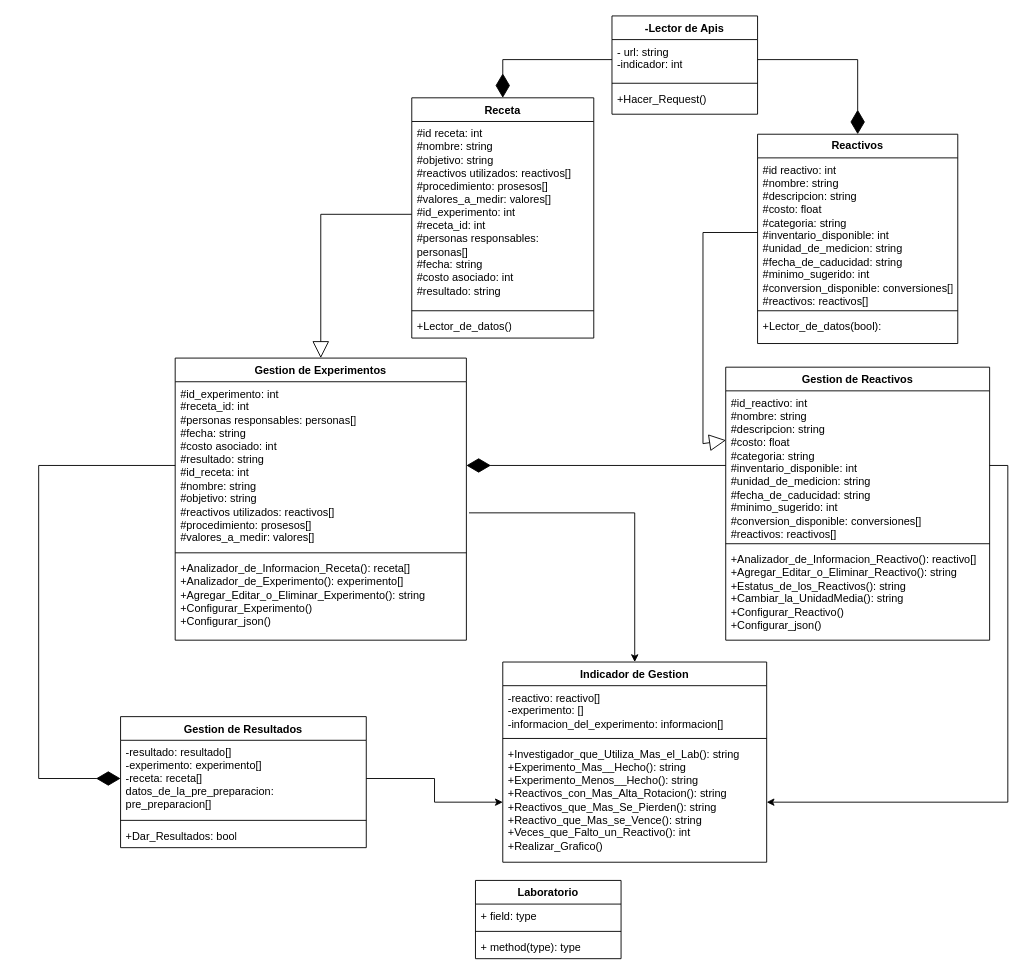
The draw.io diagram Diagrama_proyecto.drawio in Diegoafkx/Proyecto, before the edit. Source tidied: cells renumbered, new cells numbered last; positions are measured from the earlier drawing's top-left corner, leaving out a move shared by most shapes. Both pictures are drawn from the tidied source at 91%, with x=0, y=0 at pixel (38, 15).
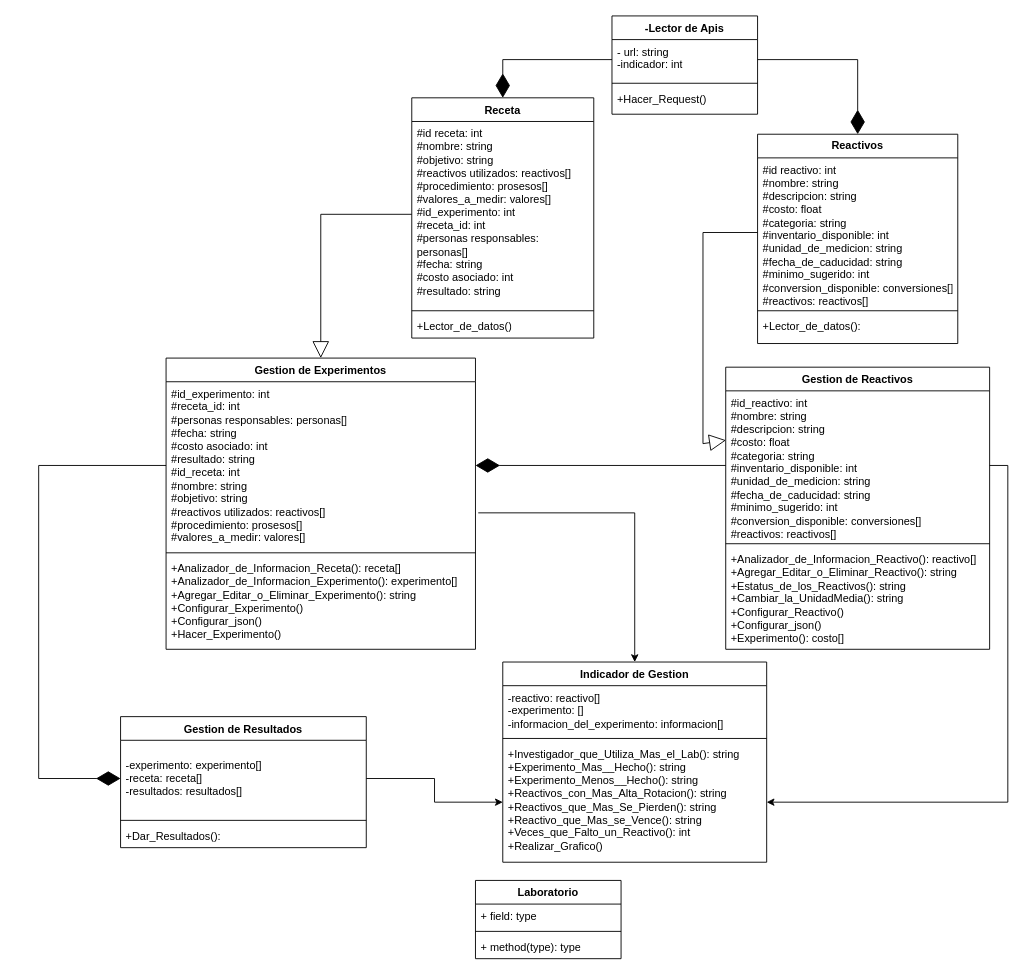
Above is the later version.

Unchanged cells that the change refers to:
```xml
<mxCell id="14" value="Gestion de Resultados" style="swimlane;fontStyle=1;align=center;verticalAlign=top;horizontal=1;startSize=26;whiteSpace=wrap;html=1;" parent="1" vertex="1">
  <mxGeometry x="90" y="770" width="270" height="144" as="geometry" />
</mxCell>
<mxCell id="22" value="&lt;b&gt;Reactivos&lt;/b&gt;" style="swimlane;fontStyle=0;horizontal=1;startSize=26;fillColor=none;whiteSpace=wrap;html=1;shadow=0;" parent="1" vertex="1">
  <mxGeometry x="790" y="130" width="220" height="230" as="geometry" />
</mxCell>
```

The edit, as a diff of the source:
```diff
@@
     <mxCell id="6" value="Gestion de Reactivos" style="swimlane;fontStyle=1;align=center;verticalAlign=top;horizontal=1;startSize=26;whiteSpace=wrap;html=1;" parent="1" vertex="1">
-      <mxGeometry x="755" y="386" width="290" height="300" as="geometry" />
+      <mxGeometry x="755" y="386" width="290" height="310" as="geometry" />
     </mxCell>
@@
-    <mxCell id="9" value="&lt;div&gt;+Analizador_de_Informacion_Reactivo(): reactivo[]&lt;/div&gt;+Agregar_Editar_o_Eliminar_Reactivo(): string&lt;div&gt;+Estatus_de_los_Reactivos(): string&lt;/div&gt;&lt;div&gt;&lt;span style=&quot;background-color: transparent; color: light-dark(rgb(0, 0, 0), rgb(255, 255, 255));&quot;&gt;+Cambiar_la_UnidadMedia(): string&lt;/span&gt;&lt;/div&gt;&lt;div&gt;&lt;span style=&quot;background-color: transparent; color: light-dark(rgb(0, 0, 0), rgb(255, 255, 255));&quot;&gt;+Configurar_Reactivo()&lt;/span&gt;&lt;/div&gt;&lt;div&gt;+Configurar_json()&lt;span style=&quot;background-color: transparent; color: light-dark(rgb(0, 0, 0), rgb(255, 255, 255));&quot;&gt;&lt;/span&gt;&lt;/div&gt;" style="text;strokeColor=none;fillColor=none;align=left;verticalAlign=top;spacingLeft=4;spacingRight=4;overflow=hidden;whiteSpace=wrap;html=1;" parent="6" vertex="1">
-      <mxGeometry y="198" width="290" height="102" as="geometry" />
+    <mxCell id="9" value="&lt;div&gt;+Analizador_de_Informacion_Reactivo(): reactivo[]&lt;/div&gt;+Agregar_Editar_o_Eliminar_Reactivo(): string&lt;div&gt;+Estatus_de_los_Reactivos(): string&lt;/div&gt;&lt;div&gt;&lt;span style=&quot;background-color: transparent; color: light-dark(rgb(0, 0, 0), rgb(255, 255, 255));&quot;&gt;+Cambiar_la_UnidadMedia(): string&lt;/span&gt;&lt;/div&gt;&lt;div&gt;&lt;span style=&quot;background-color: transparent; color: light-dark(rgb(0, 0, 0), rgb(255, 255, 255));&quot;&gt;+Configurar_Reactivo()&lt;/span&gt;&lt;/div&gt;&lt;div&gt;+Configurar_json()&lt;span style=&quot;background-color: transparent; color: light-dark(rgb(0, 0, 0), rgb(255, 255, 255));&quot;&gt;&lt;/span&gt;&lt;/div&gt;&lt;div&gt;+Experimento(): costo[]&lt;/div&gt;" style="text;strokeColor=none;fillColor=none;align=left;verticalAlign=top;spacingLeft=4;spacingRight=4;overflow=hidden;whiteSpace=wrap;html=1;" parent="6" vertex="1">
+      <mxGeometry y="198" width="290" height="112" as="geometry" />
     </mxCell>
     <mxCell id="10" value="Gestion de Experimentos" style="swimlane;fontStyle=1;align=center;verticalAlign=top;horizontal=1;startSize=26;whiteSpace=wrap;html=1;" parent="1" vertex="1">
-      <mxGeometry x="150" y="376" width="320" height="310" as="geometry" />
+      <mxGeometry x="140" y="376" width="340" height="320" as="geometry" />
     </mxCell>
     <mxCell id="11" value="#id_experimento: int&lt;div&gt;#receta_id: int&lt;/div&gt;&lt;div&gt;#personas responsables: personas[]&lt;/div&gt;&lt;div&gt;#fecha: string&lt;/div&gt;&lt;div&gt;#costo asociado: int&lt;/div&gt;&lt;div&gt;#resultado: string&lt;/div&gt;&lt;div&gt;#id_receta: int&lt;div&gt;#nombre: string&lt;/div&gt;&lt;div&gt;#objetivo: string&lt;/div&gt;&lt;div&gt;#reactivos utilizados: reactivos[]&lt;/div&gt;&lt;div&gt;#procedimiento: prosesos[]&lt;/div&gt;&lt;div&gt;#valores_a_medir: valores[]&lt;/div&gt;&lt;/div&gt;" style="text;strokeColor=none;fillColor=none;align=left;verticalAlign=top;spacingLeft=4;spacingRight=4;overflow=hidden;points=[[0,0.5],[1,0.5]];portConstraint=eastwest;whiteSpace=wrap;html=1;" parent="10" vertex="1">
-      <mxGeometry y="26" width="320" height="184" as="geometry" />
+      <mxGeometry y="26" width="340" height="184" as="geometry" />
     </mxCell>
     <mxCell id="12" style="line;strokeWidth=1;fillColor=none;align=left;verticalAlign=middle;spacingTop=-1;spacingLeft=3;spacingRight=3;labelPosition=right;strokeColor=inherit;" parent="10" vertex="1">
-      <mxGeometry y="210" width="320" height="8" as="geometry" />
+      <mxGeometry y="210" width="340" height="8" as="geometry" />
     </mxCell>
-    <mxCell id="13" value="+Analizador_de_Informacion_Receta(): receta[]&lt;div&gt;+Analizador_de_Experimento(): experimento[]&lt;/div&gt;&lt;div&gt;+Agregar_Editar_o_Eliminar_Experimento(): string&lt;/div&gt;&lt;div&gt;+Configurar_Experimento()&lt;/div&gt;&lt;div&gt;+Configurar_json()&lt;/div&gt;" style="text;strokeColor=none;fillColor=none;align=left;verticalAlign=top;spacingLeft=4;spacingRight=4;overflow=hidden;whiteSpace=wrap;html=1;" parent="10" vertex="1">
-      <mxGeometry y="218" width="320" height="92" as="geometry" />
+    <mxCell id="13" value="+Analizador_de_Informacion_Receta(): receta[]&lt;div&gt;+Analizador_de_Informacion_Experimento(): experimento[]&lt;/div&gt;&lt;div&gt;+Agregar_Editar_o_Eliminar_Experimento(): string&lt;/div&gt;&lt;div&gt;+Configurar_Experimento()&lt;/div&gt;&lt;div&gt;+Configurar_json()&lt;/div&gt;&lt;div&gt;+Hacer_Experimento()&lt;/div&gt;" style="text;strokeColor=none;fillColor=none;align=left;verticalAlign=top;spacingLeft=4;spacingRight=4;overflow=hidden;whiteSpace=wrap;html=1;" parent="10" vertex="1">
+      <mxGeometry y="218" width="340" height="102" as="geometry" />
     </mxCell>
@@
-    <mxCell id="15" value="-resultado: resultado[]&lt;div&gt;-experimento: experimento[]&lt;/div&gt;&lt;div&gt;-receta: receta[]&lt;/div&gt;&lt;div&gt;datos_de_la_pre_preparacion: pre_preparacion[]&lt;/div&gt;" style="text;strokeColor=none;fillColor=none;align=left;verticalAlign=middle;spacingLeft=4;spacingRight=4;overflow=hidden;points=[[0,0.5],[1,0.5]];portConstraint=eastwest;whiteSpace=wrap;html=1;" parent="14" vertex="1">
+    <mxCell id="15" value="&lt;div&gt;-experimento: experimento[]&lt;/div&gt;&lt;div&gt;-receta: receta[]&lt;/div&gt;&lt;div&gt;-resultados: resultados[]&lt;/div&gt;" style="text;strokeColor=none;fillColor=none;align=left;verticalAlign=middle;spacingLeft=4;spacingRight=4;overflow=hidden;points=[[0,0.5],[1,0.5]];portConstraint=eastwest;whiteSpace=wrap;html=1;" parent="14" vertex="1">
       <mxGeometry y="26" width="270" height="84" as="geometry" />
     </mxCell>
@@
-    <mxCell id="17" value="+Dar_Resultados: bool" style="text;strokeColor=none;fillColor=none;align=left;verticalAlign=top;spacingLeft=4;spacingRight=4;overflow=hidden;whiteSpace=wrap;html=1;" parent="14" vertex="1">
+    <mxCell id="17" value="+Dar_Resultados():" style="text;strokeColor=none;fillColor=none;align=left;verticalAlign=top;spacingLeft=4;spacingRight=4;overflow=hidden;whiteSpace=wrap;html=1;" parent="14" vertex="1">
       <mxGeometry y="118" width="270" height="26" as="geometry" />
     </mxCell>
@@
-    <mxCell id="25" value="&lt;div&gt;&lt;span style=&quot;background-color: transparent; color: light-dark(rgb(0, 0, 0), rgb(255, 255, 255));&quot;&gt;+Lector_de_datos(bool):&lt;/span&gt;&lt;/div&gt;" style="text;strokeColor=none;fillColor=none;align=left;verticalAlign=top;spacingLeft=4;spacingRight=4;overflow=hidden;whiteSpace=wrap;html=1;" parent="22" vertex="1">
+    <mxCell id="25" value="&lt;div&gt;&lt;span style=&quot;background-color: transparent; color: light-dark(rgb(0, 0, 0), rgb(255, 255, 255));&quot;&gt;+Lector_de_datos(&lt;/span&gt;&lt;span style=&quot;background-color: transparent; color: light-dark(rgb(0, 0, 0), rgb(255, 255, 255));&quot;&gt;):&lt;/span&gt;&lt;/div&gt;" style="text;strokeColor=none;fillColor=none;align=left;verticalAlign=top;spacingLeft=4;spacingRight=4;overflow=hidden;whiteSpace=wrap;html=1;" parent="22" vertex="1">
       <mxGeometry y="198" width="220" height="32" as="geometry" />
     </mxCell>
```
